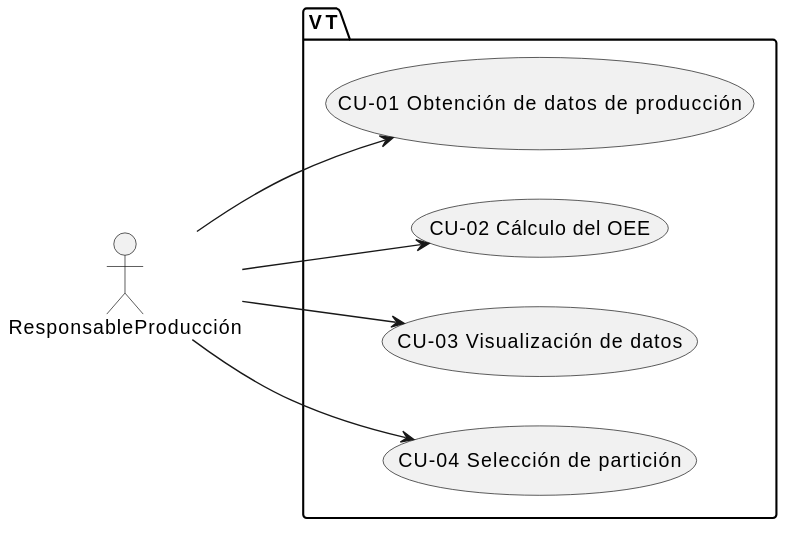
The PlantUML diagram Estudiantes/pablo-perez.martinez/Capitulo2/imagenes/diagramaCdUResponsableProduccion.svg in Jorgeog25/GII-TFG-2026, before a commit. Its diagram source:
```plantuml
@startuml
left to right direction

actor ResponsableProducción

package "VT" {
  usecase "CU-04 Selección de partición" as CU04
  usecase "CU-03 Visualización de datos" as CU03
  usecase "CU-02 Cálculo del OEE" as CU02
  usecase "CU-01 Obtención de datos de producción" as CU01

}


ResponsableProducción --> CU01
ResponsableProducción --> CU02
ResponsableProducción --> CU03
ResponsableProducción --> CU04
@enduml
```
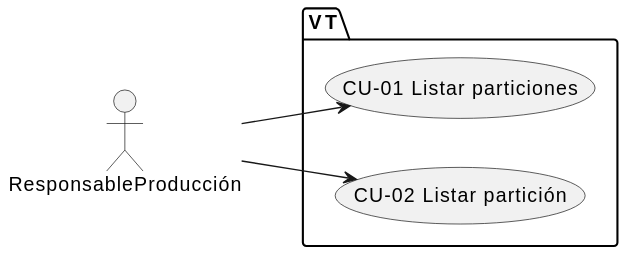
After the change.

What changed in the source:
```diff
@@ -4,16 +4,13 @@
 actor ResponsableProducción
 
 package "VT" {
-  usecase "CU-04 Selección de partición" as CU04
-  usecase "CU-03 Visualización de datos" as CU03
-  usecase "CU-02 Cálculo del OEE" as CU02
-  usecase "CU-01 Obtención de datos de producción" as CU01
+
+  usecase "CU-02 Listar partición" as CU02
+  usecase "CU-01 Listar particiones" as CU01
 
 }
 
 
 ResponsableProducción --> CU01
 ResponsableProducción --> CU02
-ResponsableProducción --> CU03
-ResponsableProducción --> CU04
 @enduml
```
